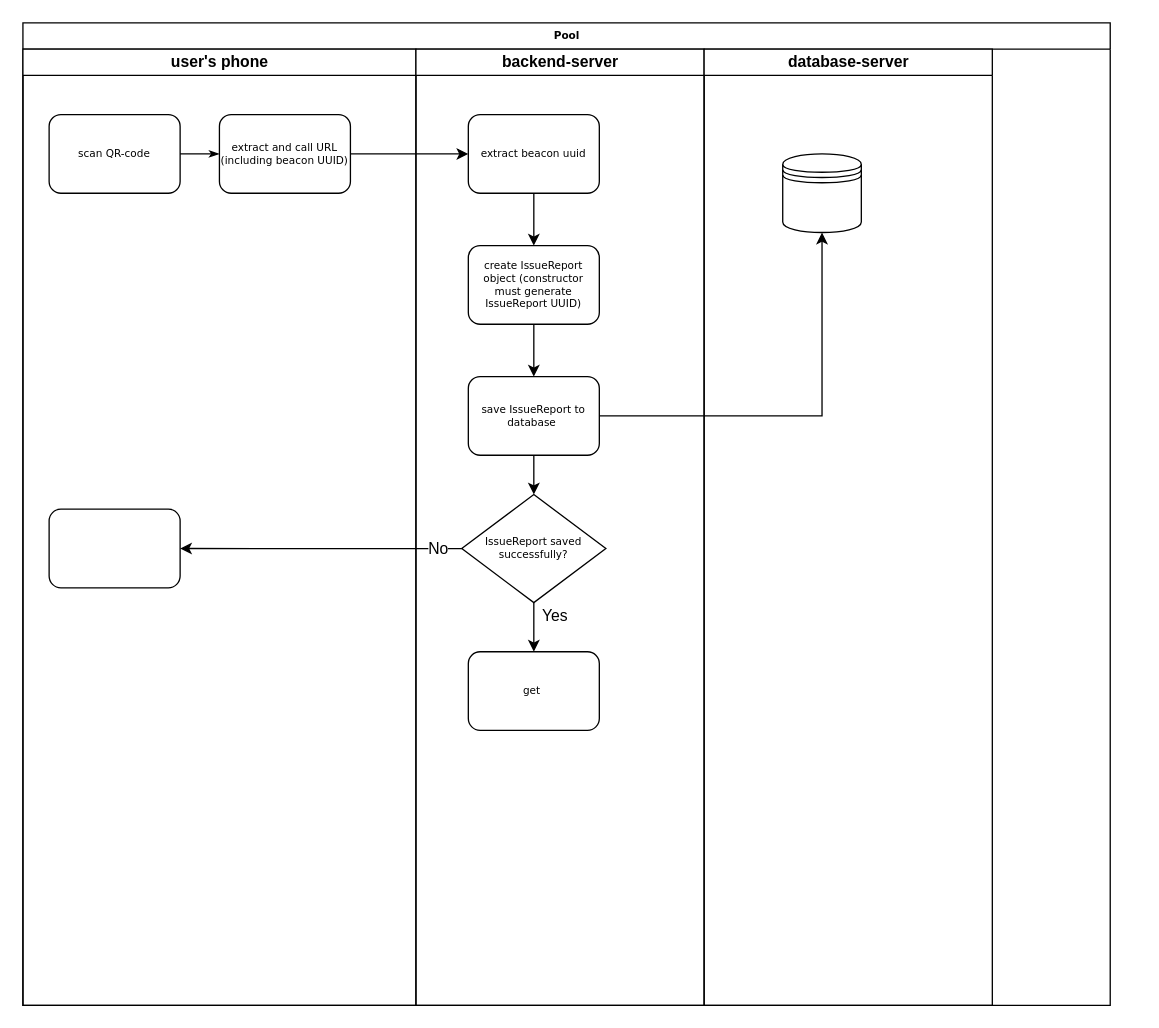
MaslovD/project-zebra-diagrams keeps this draw.io diagram as facility-manager-issue-reporter-workflow.drawio. Above is the earlier version. Source tidied: cells renumbered, new cells numbered last; positions are measured from the earlier drawing's top-left corner, leaving out a move shared by most shapes. Both pictures are drawn from the tidied source at 131%, with x=0, y=0 at pixel (22, 22).
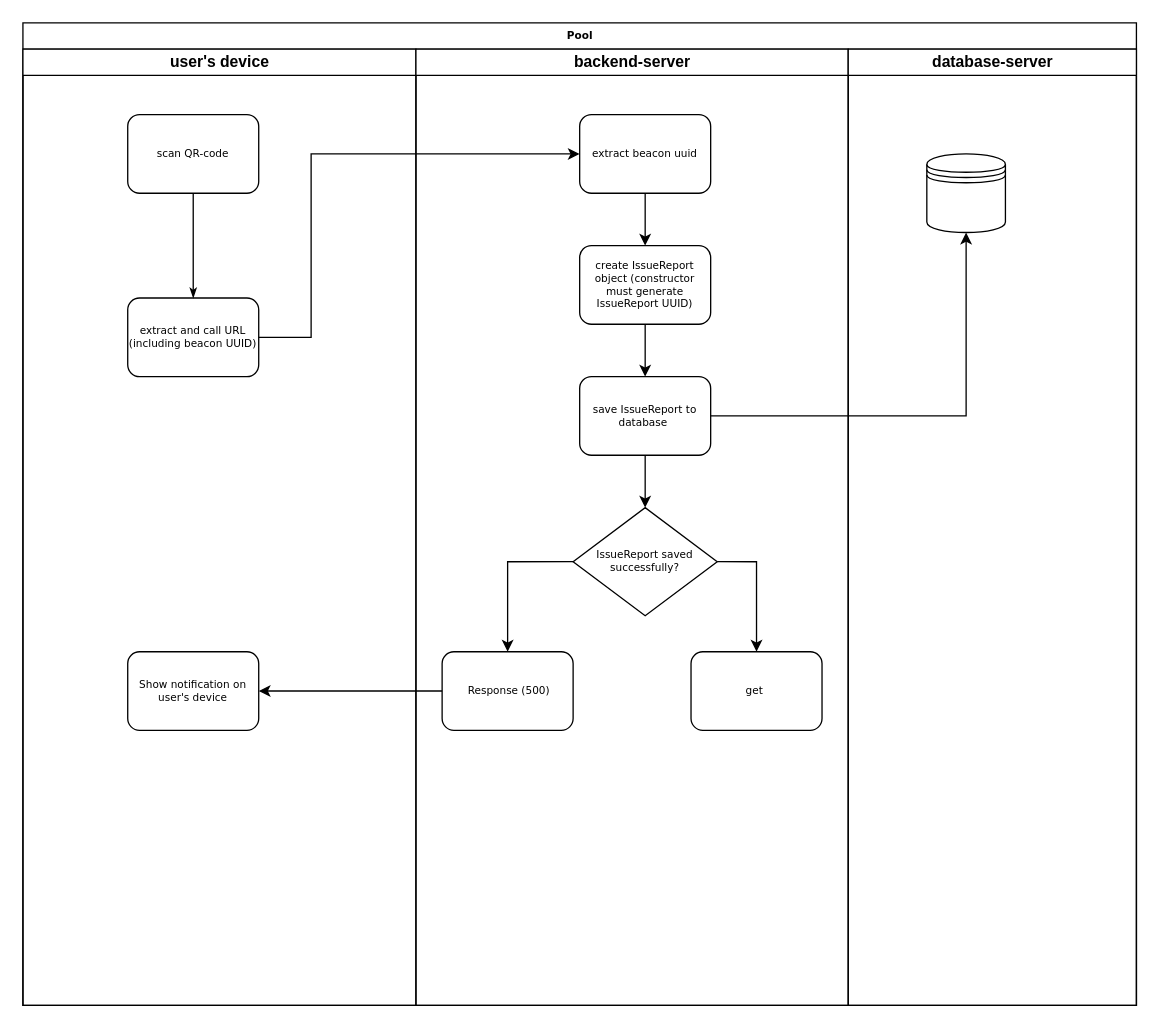
The same page after the edit.

Diff of the diagram source:
```diff
@@
     <mxCell id="2" value="Pool" style="swimlane;html=1;startSize=20;rounded=0;shadow=0;labelBackgroundColor=none;strokeWidth=1;fontFamily=Verdana;fontSize=8;align=center;" parent="1" vertex="1">
-      <mxGeometry width="830" height="750" as="geometry" />
+      <mxGeometry width="850" height="750" as="geometry" />
     </mxCell>
-    <mxCell id="3" value="user's phone" style="swimlane;html=1;startSize=20;" parent="2" vertex="1">
+    <mxCell id="3" value="user's device" style="swimlane;html=1;startSize=20;" parent="2" vertex="1">
       <mxGeometry y="20" width="300" height="730" as="geometry" />
     </mxCell>
     <mxCell id="4" value="scan QR-code" style="rounded=1;whiteSpace=wrap;html=1;shadow=0;labelBackgroundColor=none;strokeWidth=1;fontFamily=Verdana;fontSize=8;align=center;" parent="3" vertex="1">
-      <mxGeometry x="20" y="50" width="100" height="60" as="geometry" />
+      <mxGeometry x="80" y="50" width="100" height="60" as="geometry" />
     </mxCell>
     <mxCell id="5" value="extract and call URL (including beacon UUID)" style="rounded=1;whiteSpace=wrap;html=1;shadow=0;labelBackgroundColor=none;strokeWidth=1;fontFamily=Verdana;fontSize=8;align=center;" parent="3" vertex="1">
-      <mxGeometry x="150" y="50" width="100" height="60" as="geometry" />
+      <mxGeometry x="80" y="190" width="100" height="60" as="geometry" />
     </mxCell>
@@
-    <mxCell id="7" style="rounded=1;whiteSpace=wrap;html=1;shadow=0;labelBackgroundColor=none;strokeWidth=1;fontFamily=Verdana;fontSize=8;align=center;" parent="3" vertex="1">
-      <mxGeometry x="20" y="351.2" width="100" height="60" as="geometry" />
-    </mxCell>
+    <mxCell id="25" value="Show notification on user's device" style="rounded=1;whiteSpace=wrap;html=1;shadow=0;labelBackgroundColor=none;strokeWidth=1;fontFamily=Verdana;fontSize=8;align=center;" parent="3" vertex="1">
+      <mxGeometry x="80" y="460" width="100" height="60" as="geometry" />
+    </mxCell>
     <mxCell id="8" value="backend-server" style="swimlane;html=1;startSize=20;" parent="2" vertex="1">
-      <mxGeometry x="300" y="20" width="220" height="730" as="geometry" />
+      <mxGeometry x="300" y="20" width="330" height="730" as="geometry" />
     </mxCell>
@@
     <mxCell id="10" value="extract beacon uuid" style="rounded=1;whiteSpace=wrap;html=1;shadow=0;labelBackgroundColor=none;strokeWidth=1;fontFamily=Verdana;fontSize=8;align=center;" parent="8" vertex="1">
-      <mxGeometry x="40" y="50" width="100" height="60" as="geometry" />
+      <mxGeometry x="125" y="50" width="100" height="60" as="geometry" />
     </mxCell>
@@
     <mxCell id="12" value="create IssueReport object (constructor must generate IssueReport UUID)" style="rounded=1;whiteSpace=wrap;html=1;shadow=0;labelBackgroundColor=none;strokeWidth=1;fontFamily=Verdana;fontSize=8;align=center;" parent="8" vertex="1">
-      <mxGeometry x="40" y="150" width="100" height="60" as="geometry" />
+      <mxGeometry x="125" y="150" width="100" height="60" as="geometry" />
     </mxCell>
@@
     <mxCell id="14" value="save IssueReport to database&amp;nbsp;" style="rounded=1;whiteSpace=wrap;html=1;shadow=0;labelBackgroundColor=none;strokeWidth=1;fontFamily=Verdana;fontSize=8;align=center;" parent="8" vertex="1">
-      <mxGeometry x="40" y="250" width="100" height="60" as="geometry" />
+      <mxGeometry x="125" y="250" width="100" height="60" as="geometry" />
     </mxCell>
+    <mxCell id="16" value="IssueReport saved successfully?" style="rhombus;whiteSpace=wrap;html=1;rounded=0;shadow=0;labelBackgroundColor=none;strokeWidth=1;fontFamily=Verdana;fontSize=8;align=center;" parent="8" vertex="1">
+      <mxGeometry x="120" y="350" width="110" height="82.5" as="geometry" />
+    </mxCell>
+    <mxCell id="7" value="&amp;nbsp;Response (500)" style="rounded=1;whiteSpace=wrap;html=1;shadow=0;labelBackgroundColor=none;strokeWidth=1;fontFamily=Verdana;fontSize=8;align=center;" parent="8" vertex="1">
+      <mxGeometry x="20" y="460" width="100" height="60" as="geometry" />
+    </mxCell>
+    <mxCell id="23" style="edgeStyle=orthogonalEdgeStyle;rounded=0;jettySize=auto;html=1;exitX=0;exitY=0.5;exitDx=0;exitDy=0;" parent="8" edge="1" source="16" target="7">
+      <mxGeometry relative="1" as="geometry" />
+    </mxCell>
+    <mxCell id="17" value="get&amp;nbsp;" style="rounded=1;whiteSpace=wrap;html=1;shadow=0;labelBackgroundColor=none;strokeWidth=1;fontFamily=Verdana;fontSize=8;align=center;" parent="8" vertex="1">
+      <mxGeometry x="210" y="460" width="100" height="60" as="geometry" />
+    </mxCell>
-    <mxCell id="15" style="edgeStyle=orthogonalEdgeStyle;rounded=0;jettySize=auto;html=1;entryX=0.5;entryY=0;entryDx=0;entryDy=0;" parent="8" edge="1" source="16" target="17">
+    <mxCell id="15" style="edgeStyle=orthogonalEdgeStyle;rounded=0;jettySize=auto;html=1;entryX=0.5;entryY=0;entryDx=0;entryDy=0;exitX=1;exitY=0.5;exitDx=0;exitDy=0;" parent="8" edge="1" source="16" target="17">
       <mxGeometry relative="1" as="geometry" />
     </mxCell>
-    <mxCell id="16" value="IssueReport saved successfully?" style="rhombus;whiteSpace=wrap;html=1;rounded=0;shadow=0;labelBackgroundColor=none;strokeWidth=1;fontFamily=Verdana;fontSize=8;align=center;" parent="8" vertex="1">
-      <mxGeometry x="35" y="340" width="110" height="82.5" as="geometry" />
-    </mxCell>
-    <mxCell id="17" value="get&amp;nbsp;" style="rounded=1;whiteSpace=wrap;html=1;shadow=0;labelBackgroundColor=none;strokeWidth=1;fontFamily=Verdana;fontSize=8;align=center;" parent="8" vertex="1">
-      <mxGeometry x="40" y="460" width="100" height="60" as="geometry" />
-    </mxCell>
-    <mxCell id="18" value="Yes" style="text;html=1;align=center;verticalAlign=middle;" parent="8" vertex="1">
-      <mxGeometry x="86" y="422.5" width="40" height="20" as="geometry" />
-    </mxCell>
     <mxCell id="19" value="database-server" style="swimlane;html=1;startSize=20;" parent="2" vertex="1">
-      <mxGeometry x="520" y="20" width="220" height="730" as="geometry" />
+      <mxGeometry x="630" y="20" width="220" height="730" as="geometry" />
     </mxCell>
@@
     <mxCell id="21" style="edgeStyle=orthogonalEdgeStyle;rounded=0;jettySize=auto;html=1;" parent="2" edge="1" source="5" target="10">
-      <mxGeometry relative="1" as="geometry" />
+      <mxGeometry relative="1" as="geometry">
+        <Array as="points">
+          <mxPoint x="220" y="240" />
+          <mxPoint x="220" y="100" />
+        </Array>
+      </mxGeometry>
     </mxCell>
@@
-    <mxCell id="23" style="edgeStyle=orthogonalEdgeStyle;rounded=0;jettySize=auto;html=1;" parent="2" edge="1" source="16" target="7">
-      <mxGeometry relative="1" as="geometry" />
-    </mxCell>
-    <mxCell id="24" value="No" style="text;html=1;align=center;verticalAlign=middle;labelBackgroundColor=#ffffff;" parent="23" vertex="1">
-      <mxGeometry y="-89" relative="1" as="geometry">
-        <mxPoint x="89" y="89" as="offset" />
-      </mxGeometry>
-    </mxCell>
+    <mxCell id="26" style="edgeStyle=orthogonalEdgeStyle;rounded=0;jettySize=auto;html=1;" parent="2" edge="1" source="7" target="25">
+      <mxGeometry relative="1" as="geometry" />
+    </mxCell>
```
